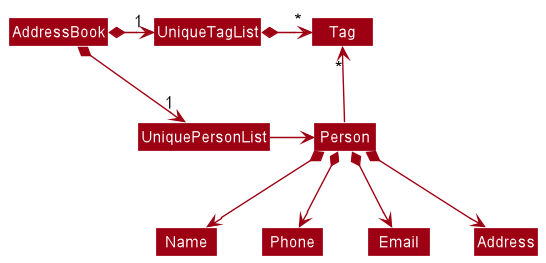
The PlantUML diagram docs/images/BetterModelClassDiagram.png in nus-cs2103-AY2223S1/tp, before a commit.
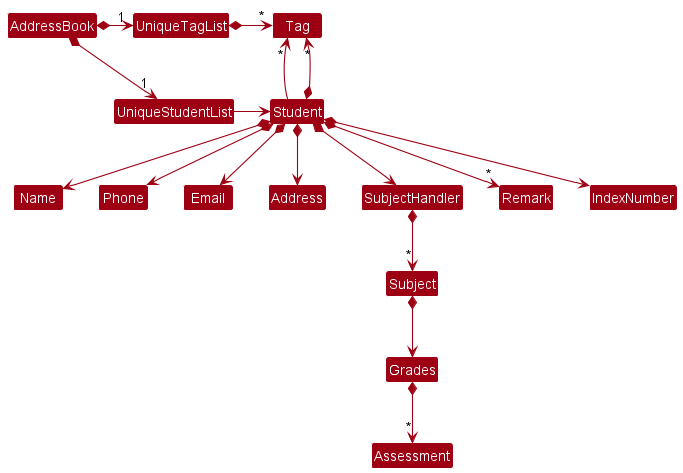
Above is the later version.

Diff of the diagram source:
```diff
@@ -4,18 +4,25 @@
 skinparam arrowColor MODEL_COLOR
 skinparam classBackgroundColor MODEL_COLOR
 
-AddressBook *-right-> "1" UniquePersonList
+AddressBook *-right-> "1" UniqueStudentList
 AddressBook *-right-> "1" UniqueTagList
-UniqueTagList -[hidden]down- UniquePersonList
-UniqueTagList -[hidden]down- UniquePersonList
+UniqueTagList -[hidden]down- UniqueStudentList
+UniqueTagList -[hidden]down- UniqueStudentList
 
 UniqueTagList *-right-> "*" Tag
-UniquePersonList -right-> Person
+UniqueStudentList -right-> Student
 
-Person -up-> "*" Tag
+Student -up-> "*" Tag
 
-Person *--> Name
-Person *--> Phone
-Person *--> Email
-Person *--> Address
+Student *--> Name
+Student *--> Phone
+Student *--> Email
+Student *--> Address
+Student *--> SubjectHandler
+SubjectHandler *--> "*" Subject
+Subject *--> Grades
+Grades *--> "*" Assessment
+Student *--> "*" Remark
+Student *--> IndexNumber
+Student *--> "*" Tag
 @enduml
```
